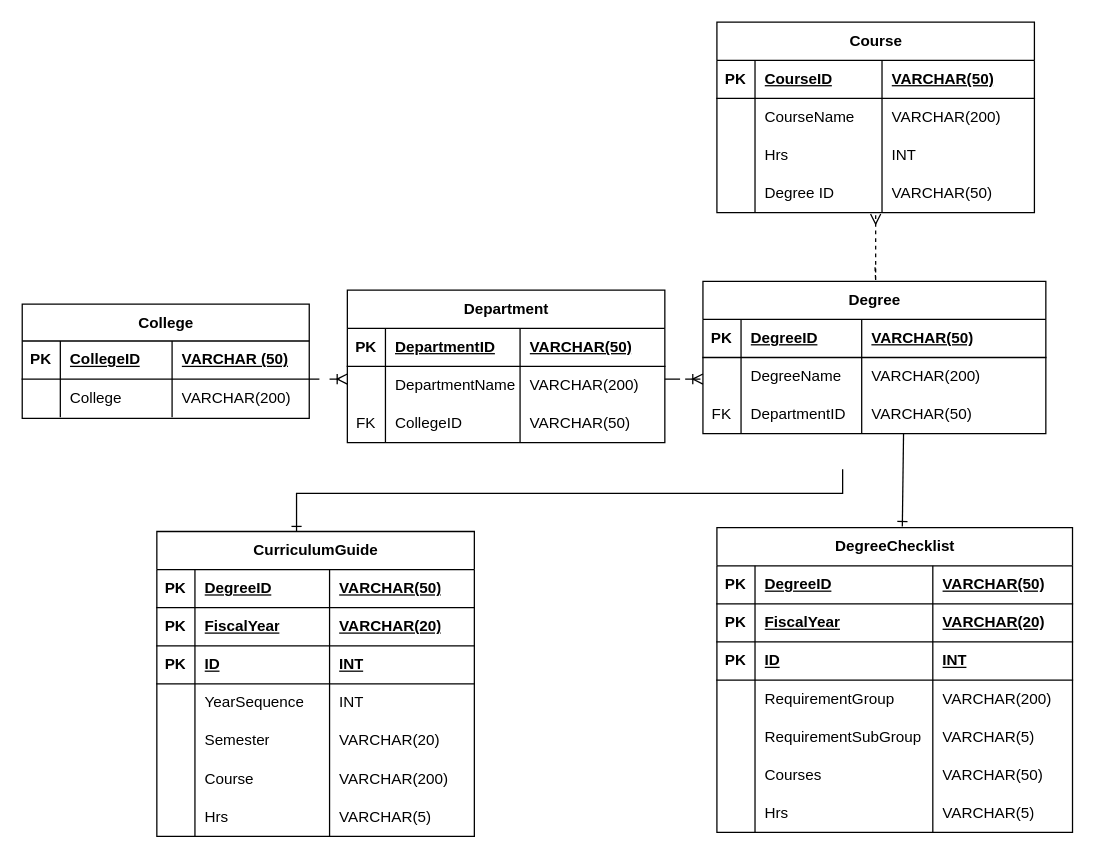
This is ERD3.drawio from hmuthiah1/images, a draw.io file, before an edit. Source tidied: cells renumbered, new cells numbered last; positions are measured from the earlier drawing's top-left corner, leaving out a move shared by most shapes. Both pictures are drawn from the tidied source at 127%, with x=0, y=0 at pixel (22, 22).
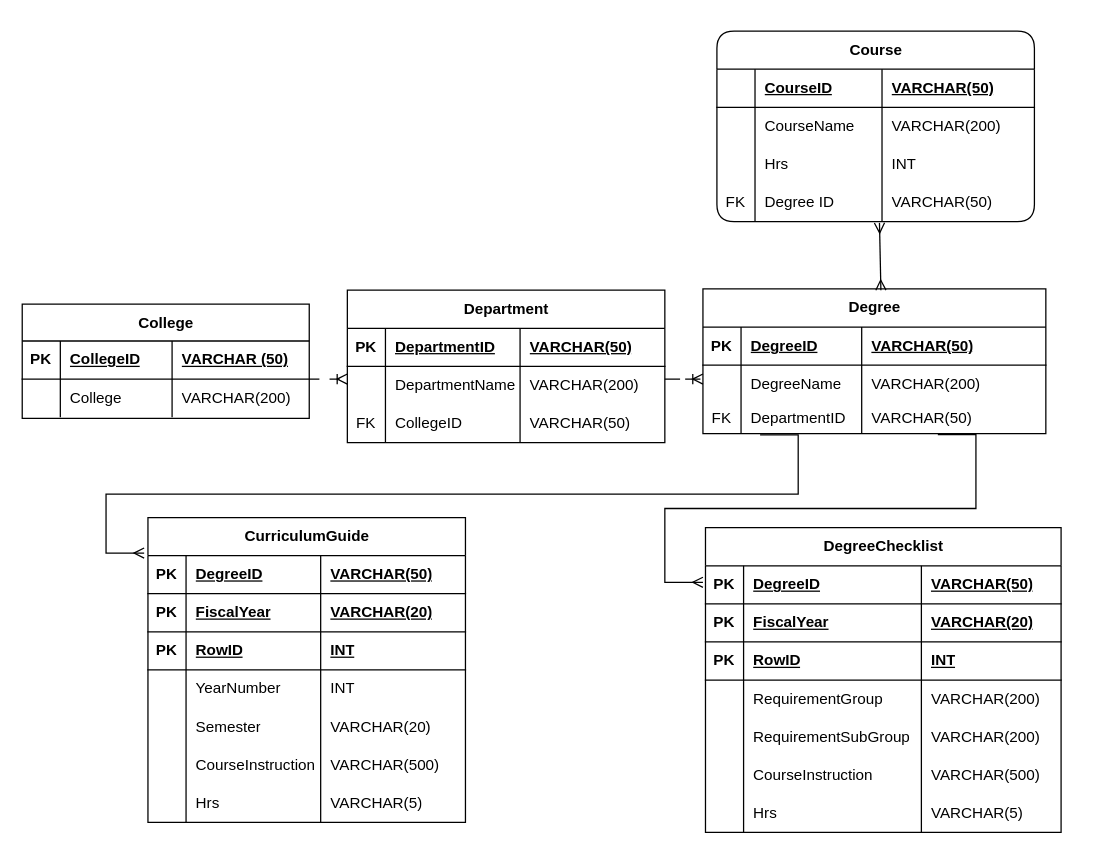
After the change.

Unchanged cells that the change refers to:
```xml
<mxCell id="41" style="shape=tableRow;horizontal=0;startSize=0;swimlaneHead=0;swimlaneBody=0;fillColor=none;top=0;left=0;right=0;bottom=1;" parent="40" vertex="1">
  <mxGeometry y="30" width="250" height="30" as="geometry" />
</mxCell>
<mxCell id="53" style="shape=tableRow;horizontal=0;startSize=0;swimlaneHead=0;swimlaneBody=0;fillColor=none;top=0;left=0;right=0;bottom=0;" parent="40" vertex="1">
  <mxGeometry y="120" width="250" height="30" as="geometry" />
</mxCell>
<mxCell id="68" style="shape=tableRow;horizontal=0;startSize=0;swimlaneHead=0;swimlaneBody=0;fillColor=none;top=0;left=0;right=0;bottom=1;" parent="59" vertex="1">
  <mxGeometry y="90" width="250" height="30" as="geometry" />
</mxCell>
<mxCell id="72" style="shape=tableRow;horizontal=0;startSize=0;swimlaneHead=0;swimlaneBody=0;fillColor=none;top=0;left=0;right=0;bottom=0;" parent="59" vertex="1">
  <mxGeometry y="120" width="250" height="30" as="geometry" />
</mxCell>
<mxCell id="80" style="shape=tableRow;horizontal=0;startSize=0;swimlaneHead=0;swimlaneBody=0;fillColor=none;top=0;left=0;right=0;bottom=0;" parent="59" vertex="1">
  <mxGeometry y="180" width="250" height="30" as="geometry" />
</mxCell>
<mxCell id="97" style="shape=tableRow;horizontal=0;startSize=0;swimlaneHead=0;swimlaneBody=0;fillColor=none;top=0;left=0;right=0;bottom=1;" parent="88" vertex="1">
  <mxGeometry y="90" width="280" height="30" as="geometry" />
</mxCell>
<mxCell id="105" style="shape=tableRow;horizontal=0;startSize=0;swimlaneHead=0;swimlaneBody=0;fillColor=none;top=0;left=0;right=0;bottom=0;" parent="88" vertex="1">
  <mxGeometry y="150" width="280" height="30" as="geometry" />
</mxCell>
<mxCell id="109" style="shape=tableRow;horizontal=0;startSize=0;swimlaneHead=0;swimlaneBody=0;fillColor=none;top=0;left=0;right=0;bottom=0;" parent="88" vertex="1">
  <mxGeometry y="180" width="280" height="30" as="geometry" />
</mxCell>
```

Diff of the diagram source:
```diff
@@
-    <mxCell id="3" style="fontSize=12;html=1;endArrow=ERone;endFill=1;rounded=0;edgeStyle=orthogonalEdgeStyle;entryX=0.5;entryY=0;entryDx=0;entryDy=0;" parent="1" edge="1">
-      <mxGeometry relative="1" as="geometry">
-        <mxPoint x="646" y="352" as="sourcePoint" />
-        <mxPoint x="216" y="401" as="targetPoint" />
-        <Array as="points">
-          <mxPoint x="646" y="371" />
-          <mxPoint x="216" y="371" />
-        </Array>
-      </mxGeometry>
-    </mxCell>
-    <mxCell id="4" style="fontSize=12;html=1;endArrow=ERmany;rounded=0;dashed=1;" parent="1" edge="1">
-      <mxGeometry relative="1" as="geometry">
-        <mxPoint x="671.5" y="193" as="sourcePoint" />
-        <mxPoint x="672" y="151" as="targetPoint" />
-        <Array as="points">
-          <mxPoint x="672" y="204" />
-        </Array>
-      </mxGeometry>
-    </mxCell>
@@
     <mxCell id="27" value="Degree" style="shape=table;startSize=30;childLayout=tableLayout;rowLines=0;fontStyle=1;align=center;html=1;" parent="1" vertex="1">
-      <mxGeometry x="536" y="204" width="270" height="120" as="geometry" />
+      <mxGeometry x="536" y="210" width="270" height="114" as="geometry" />
     </mxCell>
@@
     <mxCell id="36" style="shape=tableRow;horizontal=0;startSize=0;swimlaneHead=0;swimlaneBody=0;fillColor=none;points=[[0,0.5],[1,0.5]];portConstraint=eastwest;top=0;left=0;right=0;bottom=0;" parent="27" vertex="1">
-      <mxGeometry y="90" width="270" height="30" as="geometry" />
+      <mxGeometry y="90" width="270" height="24" as="geometry" />
     </mxCell>
     <mxCell id="37" value="FK" style="shape=partialRectangle;fillColor=none;top=0;left=0;bottom=0;right=0;overflow=hidden;whiteSpace=wrap;html=1;" parent="36" vertex="1">
-      <mxGeometry width="30" height="30" as="geometry" />
+      <mxGeometry width="30" height="24" as="geometry" />
     </mxCell>
     <mxCell id="38" value="DepartmentID" style="shape=partialRectangle;fillColor=none;top=0;left=0;bottom=0;right=0;align=left;spacingLeft=6;overflow=hidden;whiteSpace=wrap;html=1;" parent="36" vertex="1">
-      <mxGeometry x="30" width="95" height="30" as="geometry" />
+      <mxGeometry x="30" width="95" height="24" as="geometry" />
     </mxCell>
     <mxCell id="39" value="VARCHAR(50)" style="shape=partialRectangle;fillColor=none;top=0;left=0;bottom=0;right=0;align=left;spacingLeft=6;overflow=hidden;whiteSpace=wrap;html=1;" parent="36" vertex="1">
-      <mxGeometry x="125" width="145" height="30" as="geometry" />
+      <mxGeometry x="125" width="145" height="24" as="geometry" />
     </mxCell>
-    <mxCell id="40" value="Course" style="shape=table;startSize=30;childLayout=tableLayout;rowLines=0;fontStyle=1;align=center;html=1;" parent="1" vertex="1">
-      <mxGeometry x="547" width="250" height="150" as="geometry" />
+    <mxCell id="40" value="Course" style="shape=table;startSize=30;childLayout=tableLayout;rowLines=0;fontStyle=1;align=center;html=1;rounded=1;" parent="1" vertex="1">
+      <mxGeometry x="547" y="7" width="250" height="150" as="geometry" />
     </mxCell>
@@
-    <mxCell id="42" value="PK" style="shape=partialRectangle;fillColor=none;top=0;left=0;bottom=0;right=0;fontStyle=1;overflow=hidden;whiteSpace=wrap;html=1;" parent="41" vertex="1">
+    <mxCell id="42" style="shape=partialRectangle;fillColor=none;top=0;left=0;bottom=0;right=0;fontStyle=1;overflow=hidden;whiteSpace=wrap;html=1;" parent="41" vertex="1">
       <mxGeometry width="30" height="30" as="geometry" />
     </mxCell>
@@
-    <mxCell id="54" style="shape=partialRectangle;fillColor=none;top=0;left=0;bottom=0;right=0;overflow=hidden;whiteSpace=wrap;html=1;" parent="53" vertex="1">
+    <mxCell id="54" value="FK" style="shape=partialRectangle;fillColor=none;top=0;left=0;bottom=0;right=0;overflow=hidden;whiteSpace=wrap;html=1;" parent="53" vertex="1">
       <mxGeometry width="30" height="30" as="geometry" />
     </mxCell>
@@
-    <mxCell id="58" style="fontSize=12;html=1;endArrow=ERone;endFill=1;rounded=0;entryX=0.575;entryY=0.01;entryDx=0;entryDy=0;exitX=0.585;exitY=1;exitDx=0;exitDy=0;exitPerimeter=0;entryPerimeter=0;" parent="1" edge="1" source="36">
-      <mxGeometry relative="1" as="geometry">
-        <mxPoint x="693" y="397.1" as="targetPoint" />
-      </mxGeometry>
-    </mxCell>
     <mxCell id="59" value="CurriculumGuide" style="shape=table;startSize=30;childLayout=tableLayout;rowLines=0;fontStyle=1;align=center;html=1;" parent="1" vertex="1">
-      <mxGeometry x="106" y="401" width="250" height="240" as="geometry" />
+      <mxGeometry x="99" y="390" width="250" height="240" as="geometry" />
     </mxCell>
@@
-    <mxCell id="70" value="ID" style="shape=partialRectangle;fillColor=none;top=0;left=0;bottom=0;right=0;align=left;spacingLeft=6;fontStyle=5;overflow=hidden;whiteSpace=wrap;html=1;" parent="68" vertex="1">
+    <mxCell id="70" value="RowID" style="shape=partialRectangle;fillColor=none;top=0;left=0;bottom=0;right=0;align=left;spacingLeft=6;fontStyle=5;overflow=hidden;whiteSpace=wrap;html=1;" parent="68" vertex="1">
       <mxGeometry x="30" width="106" height="30" as="geometry" />
     </mxCell>
@@
-    <mxCell id="74" value="YearSequence" style="shape=partialRectangle;fillColor=none;top=0;left=0;bottom=0;right=0;align=left;spacingLeft=6;overflow=hidden;whiteSpace=wrap;html=1;" parent="72" vertex="1">
+    <mxCell id="74" value="YearNumber" style="shape=partialRectangle;fillColor=none;top=0;left=0;bottom=0;right=0;align=left;spacingLeft=6;overflow=hidden;whiteSpace=wrap;html=1;" parent="72" vertex="1">
       <mxGeometry x="30" width="106" height="30" as="geometry" />
     </mxCell>
@@
-    <mxCell id="82" value="Course" style="shape=partialRectangle;fillColor=none;top=0;left=0;bottom=0;right=0;align=left;spacingLeft=6;overflow=hidden;whiteSpace=wrap;html=1;" parent="80" vertex="1">
+    <mxCell id="82" value="CourseInstruction" style="shape=partialRectangle;fillColor=none;top=0;left=0;bottom=0;right=0;align=left;spacingLeft=6;overflow=hidden;whiteSpace=wrap;html=1;" parent="80" vertex="1">
       <mxGeometry x="30" width="106" height="30" as="geometry" />
     </mxCell>
-    <mxCell id="83" value="VARCHAR(200)" style="shape=partialRectangle;fillColor=none;top=0;left=0;bottom=0;right=0;align=left;spacingLeft=6;overflow=hidden;whiteSpace=wrap;html=1;" parent="80" vertex="1">
+    <mxCell id="83" value="VARCHAR(500)" style="shape=partialRectangle;fillColor=none;top=0;left=0;bottom=0;right=0;align=left;spacingLeft=6;overflow=hidden;whiteSpace=wrap;html=1;" parent="80" vertex="1">
       <mxGeometry x="136" width="114" height="30" as="geometry" />
     </mxCell>
@@
     <mxCell id="88" value="DegreeChecklist" style="shape=table;startSize=30;childLayout=tableLayout;rowLines=0;fontStyle=1;align=center;html=1;" parent="1" vertex="1">
-      <mxGeometry x="547" y="398" width="280" height="240" as="geometry" />
+      <mxGeometry x="538" y="398" width="280" height="240" as="geometry" />
     </mxCell>
@@
-    <mxCell id="99" value="ID" style="shape=partialRectangle;fillColor=none;top=0;left=0;bottom=0;right=0;align=left;spacingLeft=6;fontStyle=5;overflow=hidden;whiteSpace=wrap;html=1;" parent="97" vertex="1">
+    <mxCell id="99" value="RowID" style="shape=partialRectangle;fillColor=none;top=0;left=0;bottom=0;right=0;align=left;spacingLeft=6;fontStyle=5;overflow=hidden;whiteSpace=wrap;html=1;" parent="97" vertex="1">
       <mxGeometry x="30" width="140" height="30" as="geometry" />
     </mxCell>
@@
-    <mxCell id="108" value="VARCHAR(5)" style="shape=partialRectangle;fillColor=none;top=0;left=0;bottom=0;right=0;align=left;spacingLeft=6;overflow=hidden;whiteSpace=wrap;html=1;" parent="105" vertex="1">
+    <mxCell id="108" value="VARCHAR(200)" style="shape=partialRectangle;fillColor=none;top=0;left=0;bottom=0;right=0;align=left;spacingLeft=6;overflow=hidden;whiteSpace=wrap;html=1;" parent="105" vertex="1">
       <mxGeometry x="170" width="110" height="30" as="geometry" />
     </mxCell>
@@
-    <mxCell id="111" value="Courses" style="shape=partialRectangle;fillColor=none;top=0;left=0;bottom=0;right=0;align=left;spacingLeft=6;overflow=hidden;whiteSpace=wrap;html=1;" parent="109" vertex="1">
+    <mxCell id="111" value="CourseInstruction" style="shape=partialRectangle;fillColor=none;top=0;left=0;bottom=0;right=0;align=left;spacingLeft=6;overflow=hidden;whiteSpace=wrap;html=1;" parent="109" vertex="1">
       <mxGeometry x="30" width="140" height="30" as="geometry" />
     </mxCell>
-    <mxCell id="112" value="VARCHAR(50)" style="shape=partialRectangle;fillColor=none;top=0;left=0;bottom=0;right=0;align=left;spacingLeft=6;overflow=hidden;whiteSpace=wrap;html=1;" parent="109" vertex="1">
+    <mxCell id="112" value="VARCHAR(500)" style="shape=partialRectangle;fillColor=none;top=0;left=0;bottom=0;right=0;align=left;spacingLeft=6;overflow=hidden;whiteSpace=wrap;html=1;" parent="109" vertex="1">
       <mxGeometry x="170" width="110" height="30" as="geometry" />
     </mxCell>
@@
+    <mxCell id="117" style="fontSize=12;html=1;endArrow=ERmany;startArrow=ERmany;rounded=0;entryX=0.512;entryY=1.167;entryDx=0;entryDy=0;entryPerimeter=0;exitX=0.519;exitY=0.009;exitDx=0;exitDy=0;exitPerimeter=0;" parent="1" edge="1" source="27">
+      <mxGeometry relative="1" as="geometry">
+        <mxPoint x="675" y="158" as="targetPoint" />
+      </mxGeometry>
+    </mxCell>
+    <mxCell id="118" style="edgeStyle=entityRelationEdgeStyle;fontSize=12;html=1;endArrow=ERmany;rounded=0;" parent="1" edge="1">
+      <mxGeometry relative="1" as="geometry">
+        <mxPoint x="581" y="325" as="sourcePoint" />
+        <mxPoint x="96" y="418" as="targetPoint" />
+        <Array as="points">
+          <mxPoint x="611" y="331" />
+          <mxPoint x="611" y="331" />
+        </Array>
+      </mxGeometry>
+    </mxCell>
+    <mxCell id="119" style="edgeStyle=entityRelationEdgeStyle;fontSize=12;html=1;endArrow=ERmany;rounded=0;exitX=0.685;exitY=1.033;exitDx=0;exitDy=0;exitPerimeter=0;" parent="1" edge="1" source="36">
+      <mxGeometry relative="1" as="geometry">
+        <mxPoint x="536" y="441" as="targetPoint" />
+      </mxGeometry>
+    </mxCell>
```
